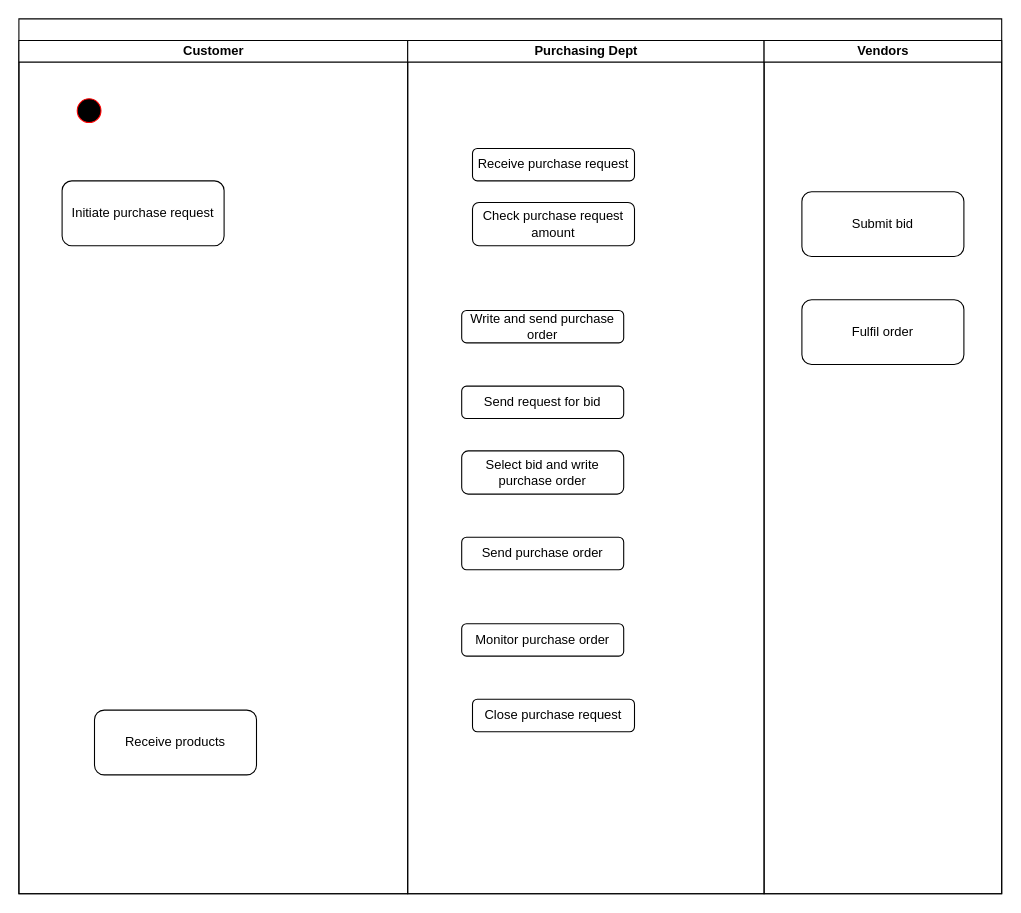
Above: Mid Term Activity Diagram.drawio in biabcp/Mid-Term-Activity-Diagram (draw.io), before the change. Source tidied: cells renumbered, new cells numbered last; positions are measured from the earlier drawing's top-left corner, leaving out a move shared by most shapes. Both pictures are drawn from the tidied source at 108%, with x=0, y=0 at pixel (18, 18).
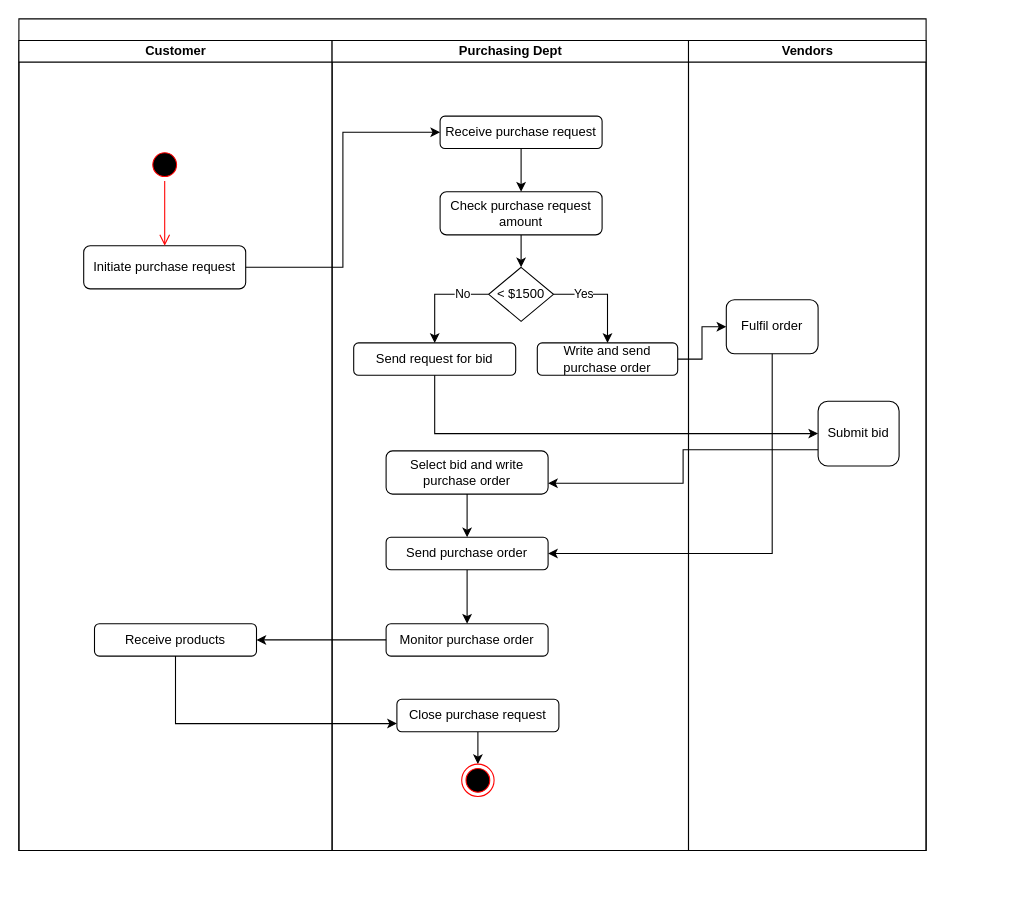
Above is the later version.

The change refers to these unchanged cells:
```xml
<mxCell id="12" value="Send purchase order" style="rounded=1;whiteSpace=wrap;html=1;" parent="7" vertex="1">
  <mxGeometry x="50" y="460" width="150" height="30" as="geometry" />
</mxCell>
<mxCell id="13" value="Monitor purchase order" style="rounded=1;whiteSpace=wrap;html=1;" parent="7" vertex="1">
  <mxGeometry x="50" y="540" width="150" height="30" as="geometry" />
</mxCell>
<mxCell id="14" value="Select bid and write purchase order" style="rounded=1;whiteSpace=wrap;html=1;" parent="7" vertex="1">
  <mxGeometry x="50" y="380" width="150" height="40" as="geometry" />
</mxCell>
<mxCell id="15" value="Close purchase request" style="rounded=1;whiteSpace=wrap;html=1;" parent="7" vertex="1">
  <mxGeometry x="60" y="610" width="150" height="30" as="geometry" />
</mxCell>
```

Diff of the diagram source:
```diff
@@
     <mxCell id="2" style="swimlane;startSize=20;html=1;" parent="1" vertex="1">
-      <mxGeometry width="910" height="810" as="geometry" />
+      <mxGeometry width="840" height="770" as="geometry" />
     </mxCell>
     <mxCell id="3" value="Customer" style="swimlane;startSize=20;html=1;" parent="2" vertex="1">
-      <mxGeometry y="20" width="360" height="790" as="geometry" />
+      <mxGeometry y="20" width="290" height="750" as="geometry" />
     </mxCell>
-    <mxCell id="4" style="ellipse;html=1;shape=startState;fillColor=#000000;strokeColor=#ff0000;" parent="3" vertex="1">
-      <mxGeometry x="50" y="50" width="30" height="30" as="geometry" />
-    </mxCell>
     <mxCell id="5" value="Initiate purchase request" style="rounded=1;whiteSpace=wrap;html=1;" parent="3" vertex="1">
-      <mxGeometry x="40" y="130" width="150" height="60" as="geometry" />
+      <mxGeometry x="60" y="190" width="150" height="40" as="geometry" />
     </mxCell>
     <mxCell id="6" value="Receive products" style="rounded=1;whiteSpace=wrap;html=1;" parent="3" vertex="1">
-      <mxGeometry x="70" y="620" width="150" height="60" as="geometry" />
+      <mxGeometry x="70" y="540" width="150" height="30" as="geometry" />
     </mxCell>
+    <mxCell id="19" style="ellipse;html=1;shape=startState;fillColor=#000000;strokeColor=#ff0000;" parent="3" vertex="1">
+      <mxGeometry x="120" y="100" width="30" height="30" as="geometry" />
+    </mxCell>
+    <mxCell id="20" style="edgeStyle=orthogonalEdgeStyle;html=1;verticalAlign=bottom;endArrow=open;endSize=8;strokeColor=#ff0000;rounded=0;" parent="3" edge="1" source="19">
+      <mxGeometry relative="1" as="geometry">
+        <mxPoint x="135" y="190" as="targetPoint" />
+      </mxGeometry>
+    </mxCell>
     <mxCell id="7" value="Purchasing Dept" style="swimlane;startSize=20;html=1;" parent="2" vertex="1">
-      <mxGeometry x="360" y="20" width="330" height="790" as="geometry" />
+      <mxGeometry x="290" y="20" width="330" height="750" as="geometry" />
     </mxCell>
+    <mxCell id="21" style="edgeStyle=orthogonalEdgeStyle;rounded=0;jettySize=auto;html=1;exitX=0.5;exitY=1;exitDx=0;exitDy=0;entryX=0.5;entryY=0;entryDx=0;entryDy=0;" parent="7" edge="1" source="8" target="30">
+      <mxGeometry relative="1" as="geometry" />
+    </mxCell>
     <mxCell id="8" value="Check purchase request amount" style="rounded=1;whiteSpace=wrap;html=1;" parent="7" vertex="1">
-      <mxGeometry x="60" y="150" width="150" height="40" as="geometry" />
+      <mxGeometry x="100" y="140" width="150" height="40" as="geometry" />
     </mxCell>
+    <mxCell id="22" style="edgeStyle=orthogonalEdgeStyle;rounded=0;jettySize=auto;html=1;exitX=0.5;exitY=1;exitDx=0;exitDy=0;entryX=0.5;entryY=0;entryDx=0;entryDy=0;" parent="7" edge="1" source="9" target="8">
+      <mxGeometry relative="1" as="geometry" />
+    </mxCell>
     <mxCell id="9" value="Receive purchase request" style="rounded=1;whiteSpace=wrap;html=1;" parent="7" vertex="1">
-      <mxGeometry x="60" y="100" width="150" height="30" as="geometry" />
+      <mxGeometry x="100" y="70" width="150" height="30" as="geometry" />
     </mxCell>
     <mxCell id="10" value="Write and send purchase order" style="rounded=1;whiteSpace=wrap;html=1;" parent="7" vertex="1">
-      <mxGeometry x="50" y="250" width="150" height="30" as="geometry" />
+      <mxGeometry x="190" y="280" width="130" height="30" as="geometry" />
     </mxCell>
     <mxCell id="11" value="Send request for bid" style="rounded=1;whiteSpace=wrap;html=1;" parent="7" vertex="1">
-      <mxGeometry x="50" y="320" width="150" height="30" as="geometry" />
+      <mxGeometry x="20" y="280" width="150" height="30" as="geometry" />
     </mxCell>
+    <mxCell id="23" style="edgeStyle=orthogonalEdgeStyle;rounded=0;jettySize=auto;html=1;exitX=0.5;exitY=1;exitDx=0;exitDy=0;entryX=0.5;entryY=0;entryDx=0;entryDy=0;" parent="7" edge="1" source="12" target="13">
+      <mxGeometry relative="1" as="geometry" />
+    </mxCell>
@@
+    <mxCell id="24" style="edgeStyle=orthogonalEdgeStyle;rounded=0;jettySize=auto;html=1;exitX=0.5;exitY=1;exitDx=0;exitDy=0;entryX=0.5;entryY=0;entryDx=0;entryDy=0;" parent="7" edge="1" source="14" target="12">
+      <mxGeometry relative="1" as="geometry" />
+    </mxCell>
@@
+    <mxCell id="25" style="edgeStyle=orthogonalEdgeStyle;rounded=0;jettySize=auto;html=1;exitX=0.5;exitY=1;exitDx=0;exitDy=0;entryX=0.5;entryY=0;entryDx=0;entryDy=0;" parent="7" edge="1" source="15" target="31">
+      <mxGeometry relative="1" as="geometry" />
+    </mxCell>
@@
+    <mxCell id="26" style="edgeStyle=orthogonalEdgeStyle;rounded=0;jettySize=auto;html=1;exitX=1;exitY=0.5;exitDx=0;exitDy=0;entryX=0.5;entryY=0;entryDx=0;entryDy=0;" parent="7" edge="1" source="30" target="10">
+      <mxGeometry relative="1" as="geometry" />
+    </mxCell>
+    <mxCell id="27" value="Yes" style="edgeLabel;html=1;align=center;verticalAlign=middle;" parent="26" vertex="1">
+      <mxGeometry x="-0.43" y="1" relative="1" as="geometry" />
+    </mxCell>
+    <mxCell id="28" style="edgeStyle=orthogonalEdgeStyle;rounded=0;jettySize=auto;html=1;exitX=0;exitY=0.5;exitDx=0;exitDy=0;entryX=0.5;entryY=0;entryDx=0;entryDy=0;" parent="7" edge="1" source="30" target="11">
+      <mxGeometry relative="1" as="geometry" />
+    </mxCell>
+    <mxCell id="29" value="No" style="edgeLabel;html=1;align=center;verticalAlign=middle;" parent="28" vertex="1">
+      <mxGeometry x="-0.47" y="-1" relative="1" as="geometry" />
+    </mxCell>
+    <mxCell id="30" value="&amp;lt; $1500" style="rhombus;whiteSpace=wrap;html=1;" parent="7" vertex="1">
+      <mxGeometry x="145" y="210" width="60" height="50" as="geometry" />
+    </mxCell>
+    <mxCell id="31" style="ellipse;html=1;shape=endState;fillColor=#000000;strokeColor=#ff0000;" parent="7" vertex="1">
+      <mxGeometry x="120" y="670" width="30" height="30" as="geometry" />
+    </mxCell>
     <mxCell id="16" value="Vendors" style="swimlane;startSize=20;html=1;" parent="2" vertex="1">
-      <mxGeometry x="690" y="20" width="220" height="790" as="geometry" />
+      <mxGeometry x="620" y="20" width="220" height="750" as="geometry" />
     </mxCell>
     <mxCell id="17" value="Submit bid" style="rounded=1;whiteSpace=wrap;html=1;" parent="16" vertex="1">
-      <mxGeometry x="35" y="140" width="150" height="60" as="geometry" />
+      <mxGeometry x="120" y="334" width="75" height="60" as="geometry" />
     </mxCell>
     <mxCell id="18" value="Fulfil order" style="rounded=1;whiteSpace=wrap;html=1;" parent="16" vertex="1">
-      <mxGeometry x="35" y="240" width="150" height="60" as="geometry" />
+      <mxGeometry x="35" y="240" width="85" height="50" as="geometry" />
     </mxCell>
+    <mxCell id="32" style="edgeStyle=orthogonalEdgeStyle;rounded=0;jettySize=auto;html=1;exitX=1;exitY=0.5;exitDx=0;exitDy=0;entryX=0;entryY=0.5;entryDx=0;entryDy=0;" parent="2" edge="1" source="5" target="9">
+      <mxGeometry relative="1" as="geometry" />
+    </mxCell>
+    <mxCell id="33" style="edgeStyle=orthogonalEdgeStyle;rounded=0;jettySize=auto;html=1;exitX=1;exitY=0.5;exitDx=0;exitDy=0;entryX=0;entryY=0.5;entryDx=0;entryDy=0;" parent="2" edge="1" source="10" target="18">
+      <mxGeometry relative="1" as="geometry" />
+    </mxCell>
+    <mxCell id="34" style="edgeStyle=orthogonalEdgeStyle;rounded=0;jettySize=auto;html=1;exitX=0.5;exitY=1;exitDx=0;exitDy=0;entryX=0;entryY=0.5;entryDx=0;entryDy=0;" parent="2" edge="1" source="11" target="17">
+      <mxGeometry relative="1" as="geometry" />
+    </mxCell>
+    <mxCell id="35" style="edgeStyle=orthogonalEdgeStyle;rounded=0;jettySize=auto;html=1;exitX=0;exitY=0.75;exitDx=0;exitDy=0;entryX=1;entryY=0.75;entryDx=0;entryDy=0;" parent="2" edge="1" source="17" target="14">
+      <mxGeometry relative="1" as="geometry" />
+    </mxCell>
+    <mxCell id="36" style="edgeStyle=orthogonalEdgeStyle;rounded=0;jettySize=auto;html=1;exitX=0.5;exitY=1;exitDx=0;exitDy=0;entryX=1;entryY=0.5;entryDx=0;entryDy=0;" parent="2" edge="1" source="18" target="12">
+      <mxGeometry relative="1" as="geometry" />
+    </mxCell>
+    <mxCell id="37" style="edgeStyle=orthogonalEdgeStyle;rounded=0;jettySize=auto;html=1;exitX=0;exitY=0.5;exitDx=0;exitDy=0;" parent="2" edge="1" source="13" target="6">
+      <mxGeometry relative="1" as="geometry" />
+    </mxCell>
+    <mxCell id="38" style="edgeStyle=orthogonalEdgeStyle;rounded=0;jettySize=auto;html=1;exitX=0.5;exitY=1;exitDx=0;exitDy=0;entryX=0;entryY=0.75;entryDx=0;entryDy=0;" parent="2" edge="1" source="6" target="15">
+      <mxGeometry relative="1" as="geometry" />
+    </mxCell>
```
